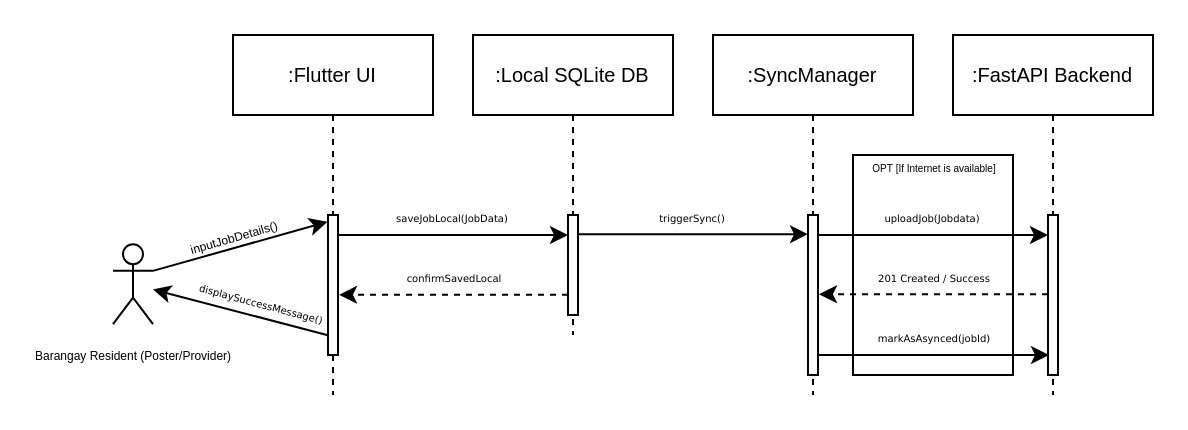
eigenlambda123/BarangayMicroJobs keeps this draw.io diagram as SequenceDiagram.drawio. Above is the earlier version. Source tidied: cells renumbered, new cells numbered last; positions are measured from the earlier drawing's top-left corner, leaving out a move shared by most shapes. Both pictures are drawn from the tidied source at 200%, with x=0, y=0 at pixel (112, 34).
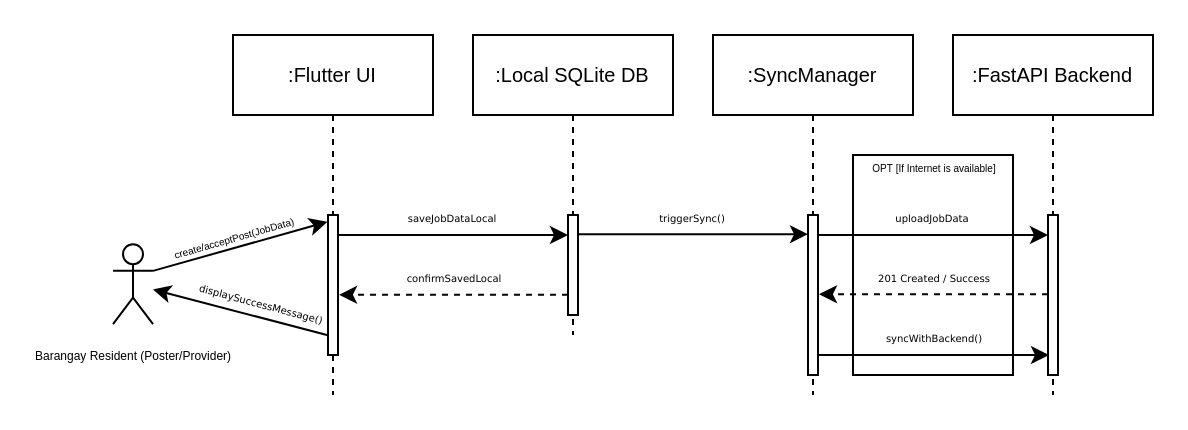
After the change.

Unchanged cells that the change refers to:
```xml
<mxCell id="12" style="rounded=0;jettySize=auto;html=1;exitX=1;exitY=0.3333333333333333;exitDx=0;exitDy=0;exitPerimeter=0;entryX=-0.063;entryY=0.049;entryDx=0;entryDy=0;entryPerimeter=0;" parent="1" edge="1" source="8" target="7">
  <mxGeometry relative="1" as="geometry" />
</mxCell>
```

Diff of the diagram source:
```diff
@@
-    <mxCell id="13" value="&lt;font style=&quot;font-size: 6px;&quot;&gt;inputJobDetails()&lt;/font&gt;" style="edgeLabel;html=1;align=center;verticalAlign=middle;labelBackgroundColor=none;rotation=344;" parent="12" vertex="1">
+    <mxCell id="13" value="&lt;font style=&quot;font-size: 5px;&quot;&gt;create/acceptPost(JobData)&lt;/font&gt;" style="edgeLabel;html=1;align=center;verticalAlign=middle;labelBackgroundColor=none;rotation=344;spacing=2;" parent="12" vertex="1">
       <mxGeometry x="-0.01" y="2" relative="1" as="geometry">
         <mxPoint x="-3" y="-4" as="offset" />
       </mxGeometry>
     </mxCell>
@@
-    <mxCell id="16" value="&lt;span style=&quot;text-wrap-mode: nowrap;&quot;&gt;&lt;font style=&quot;font-size: 5px;&quot; face=&quot;Verdana&quot;&gt;saveJobLocal(JobData)&lt;/font&gt;&lt;/span&gt;" style="text;html=1;whiteSpace=wrap;strokeColor=none;fillColor=none;align=center;verticalAlign=middle;rounded=0;strokeWidth=2;" parent="1" vertex="1">
+    <mxCell id="16" value="&lt;span style=&quot;text-wrap-mode: nowrap;&quot;&gt;&lt;font style=&quot;font-size: 5px;&quot; face=&quot;Verdana&quot;&gt;saveJobDataLocal&lt;/font&gt;&lt;/span&gt;" style="text;html=1;whiteSpace=wrap;strokeColor=none;fillColor=none;align=center;verticalAlign=middle;rounded=0;strokeWidth=2;" parent="1" vertex="1">
       <mxGeometry x="140" y="80" width="60" height="20" as="geometry" />
     </mxCell>
@@
-    <mxCell id="21" value="&lt;span style=&quot;text-wrap-mode: nowrap;&quot;&gt;&lt;font style=&quot;font-size: 5px;&quot; face=&quot;Verdana&quot;&gt;uploadJob(Jobdata)&lt;/font&gt;&lt;/span&gt;" style="text;html=1;whiteSpace=wrap;strokeColor=none;fillColor=none;align=center;verticalAlign=middle;rounded=0;strokeWidth=2;" parent="1" vertex="1">
+    <mxCell id="21" value="&lt;span style=&quot;text-wrap-mode: nowrap;&quot;&gt;&lt;font style=&quot;font-size: 5px;&quot; face=&quot;Verdana&quot;&gt;uploadJobData&lt;/font&gt;&lt;/span&gt;" style="text;html=1;whiteSpace=wrap;strokeColor=none;fillColor=none;align=center;verticalAlign=middle;rounded=0;strokeWidth=2;" parent="1" vertex="1">
       <mxGeometry x="380" y="80" width="60" height="20" as="geometry" />
     </mxCell>
@@
-    <mxCell id="25" value="&lt;span style=&quot;text-wrap-mode: nowrap;&quot;&gt;&lt;font style=&quot;font-size: 5px;&quot; face=&quot;Verdana&quot;&gt;markAsAsynced(jobId)&lt;/font&gt;&lt;/span&gt;" style="text;html=1;whiteSpace=wrap;strokeColor=none;fillColor=none;align=center;verticalAlign=middle;rounded=0;strokeWidth=2;" parent="1" vertex="1">
+    <mxCell id="25" value="&lt;span style=&quot;text-wrap-mode: nowrap;&quot;&gt;&lt;font style=&quot;font-size: 5px;&quot; face=&quot;Verdana&quot;&gt;syncWithBackend()&lt;/font&gt;&lt;/span&gt;" style="text;html=1;whiteSpace=wrap;strokeColor=none;fillColor=none;align=center;verticalAlign=middle;rounded=0;strokeWidth=2;" parent="1" vertex="1">
       <mxGeometry x="380.5" y="140" width="60" height="20" as="geometry" />
     </mxCell>
```
